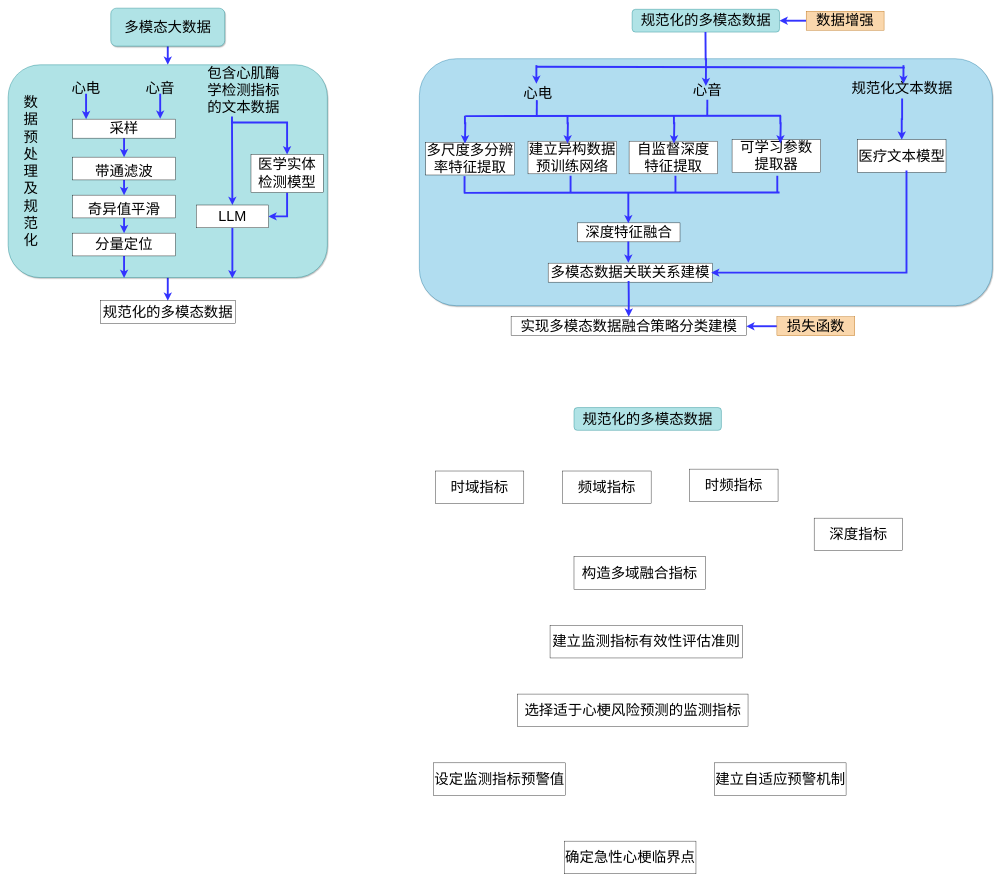
Above: 心梗前处理.drawio in lhwjsj/Diagram (draw.io), before the change. Source tidied: cells renumbered, new cells numbered last; positions are measured from the earlier drawing's top-left corner, leaving out a move shared by most shapes. Both pictures are drawn from the tidied source at 38%, with x=0, y=0 at pixel (8, 8).
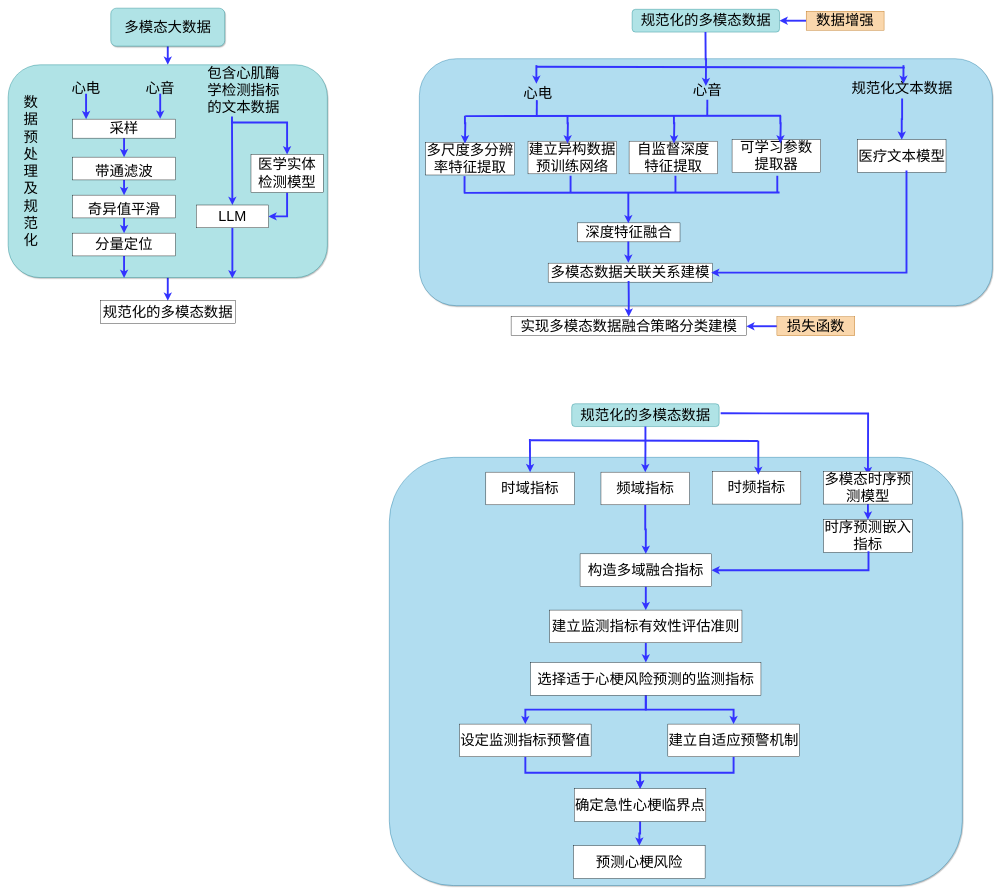
After the change.

Commit message:
更新心梗前处理.drawio

Change to the diagram source:
```diff
@@
+    <mxCell id="76" style="rounded=1;whiteSpace=wrap;html=1;shadow=1;fillColor=#b1ddf0;strokeColor=#10739e;align=center;glass=0;" parent="1" vertex="1">
+      <mxGeometry x="1003" y="1182" width="1508" height="1127" as="geometry" />
+    </mxCell>
@@
     <mxCell id="65" value="&lt;span style=&quot;font-size: 38px;&quot;&gt;规范化的多模态数据&lt;/span&gt;" style="rounded=1;whiteSpace=wrap;html=1;fillColor=#b0e3e6;strokeColor=#0e8088;" parent="1" vertex="1">
-      <mxGeometry x="1489" y="1051" width="388" height="60" as="geometry" />
+      <mxGeometry x="1483" y="1041" width="388" height="60" as="geometry" />
     </mxCell>
     <mxCell id="66" value="&lt;font style=&quot;font-size: 38px;&quot;&gt;时域指标&lt;/font&gt;" style="rounded=0;whiteSpace=wrap;html=1;" parent="1" vertex="1">
-      <mxGeometry x="1124" y="1218" width="233" height="86" as="geometry" />
+      <mxGeometry x="1257" y="1221" width="233" height="86" as="geometry" />
     </mxCell>
+    <mxCell id="77" style="edgeStyle=orthogonalEdgeStyle;rounded=0;jettySize=auto;html=1;strokeWidth=5;strokeColor=#3333FF;" parent="1" edge="1" source="67" target="70">
+      <mxGeometry relative="1" as="geometry" />
+    </mxCell>
     <mxCell id="67" value="&lt;font style=&quot;font-size: 38px;&quot;&gt;频域指标&lt;/font&gt;" style="rounded=0;whiteSpace=wrap;html=1;" parent="1" vertex="1">
-      <mxGeometry x="1459" y="1218" width="233" height="86" as="geometry" />
+      <mxGeometry x="1560" y="1221" width="233" height="86" as="geometry" />
     </mxCell>
     <mxCell id="68" value="&lt;font style=&quot;font-size: 38px;&quot;&gt;时频指标&lt;/font&gt;" style="rounded=0;whiteSpace=wrap;html=1;" parent="1" vertex="1">
-      <mxGeometry x="1793" y="1213" width="233" height="86" as="geometry" />
+      <mxGeometry x="1853" y="1219" width="233" height="86" as="geometry" />
     </mxCell>
-    <mxCell id="69" value="&lt;font style=&quot;font-size: 38px;&quot;&gt;深度指标&lt;/font&gt;" style="rounded=0;whiteSpace=wrap;html=1;" parent="1" vertex="1">
-      <mxGeometry x="2121" y="1342" width="233" height="86" as="geometry" />
+    <mxCell id="69" value="&lt;font style=&quot;font-size: 38px;&quot;&gt;时序预测嵌入指标&lt;/font&gt;" style="rounded=0;whiteSpace=wrap;html=1;" parent="1" vertex="1">
+      <mxGeometry x="2146" y="1346" width="233" height="86" as="geometry" />
     </mxCell>
+    <mxCell id="78" style="edgeStyle=orthogonalEdgeStyle;rounded=0;jettySize=auto;html=1;strokeColor=#3333FF;strokeWidth=5;" parent="1" edge="1" source="70" target="71">
+      <mxGeometry relative="1" as="geometry" />
+    </mxCell>
     <mxCell id="70" value="&lt;font style=&quot;font-size: 38px;&quot;&gt;构造多域融合指标&lt;/font&gt;" style="rounded=0;whiteSpace=wrap;html=1;" parent="1" vertex="1">
-      <mxGeometry x="1489" y="1443" width="346" height="86" as="geometry" />
+      <mxGeometry x="1505" y="1436" width="346" height="86" as="geometry" />
     </mxCell>
+    <mxCell id="79" style="edgeStyle=orthogonalEdgeStyle;rounded=0;jettySize=auto;html=1;strokeWidth=5;strokeColor=#3333FF;" parent="1" edge="1" source="71" target="72">
+      <mxGeometry relative="1" as="geometry" />
+    </mxCell>
     <mxCell id="71" value="&lt;font style=&quot;font-size: 38px;&quot;&gt;建立监测指标有效性评估准则&lt;/font&gt;" style="rounded=0;whiteSpace=wrap;html=1;" parent="1" vertex="1">
-      <mxGeometry x="1426" y="1624" width="506" height="86" as="geometry" />
+      <mxGeometry x="1425" y="1584" width="506" height="86" as="geometry" />
     </mxCell>
+    <mxCell id="80" style="edgeStyle=orthogonalEdgeStyle;rounded=0;jettySize=auto;html=1;entryX=0.5;entryY=0;entryDx=0;entryDy=0;strokeWidth=5;strokeColor=#3333FF;" parent="1" edge="1" source="72" target="73">
+      <mxGeometry relative="1" as="geometry" />
+    </mxCell>
+    <mxCell id="81" style="edgeStyle=orthogonalEdgeStyle;rounded=0;jettySize=auto;html=1;entryX=0.5;entryY=0;entryDx=0;entryDy=0;strokeWidth=5;strokeColor=#3333FF;" parent="1" edge="1" source="72" target="74">
+      <mxGeometry relative="1" as="geometry" />
+    </mxCell>
     <mxCell id="72" value="&lt;font style=&quot;font-size: 38px;&quot;&gt;选择适于心梗风险预测的监测指标&lt;/font&gt;" style="rounded=0;whiteSpace=wrap;html=1;" parent="1" vertex="1">
-      <mxGeometry x="1341" y="1805" width="606" height="86" as="geometry" />
+      <mxGeometry x="1375" y="1722" width="606" height="86" as="geometry" />
     </mxCell>
+    <mxCell id="82" style="edgeStyle=orthogonalEdgeStyle;rounded=0;jettySize=auto;html=1;strokeWidth=5;strokeColor=#3333FF;" parent="1" edge="1" source="73" target="75">
+      <mxGeometry relative="1" as="geometry" />
+    </mxCell>
     <mxCell id="73" value="&lt;font style=&quot;font-size: 38px;&quot;&gt;设定监测指标预警值&lt;/font&gt;" style="rounded=0;whiteSpace=wrap;html=1;" parent="1" vertex="1">
-      <mxGeometry x="1120" y="1986" width="346" height="86" as="geometry" />
+      <mxGeometry x="1188" y="1884" width="346" height="86" as="geometry" />
     </mxCell>
+    <mxCell id="83" style="edgeStyle=orthogonalEdgeStyle;rounded=0;jettySize=auto;html=1;entryX=0.5;entryY=0;entryDx=0;entryDy=0;strokeWidth=5;strokeColor=#3333FF;" parent="1" edge="1" source="74" target="75">
+      <mxGeometry relative="1" as="geometry" />
+    </mxCell>
     <mxCell id="74" value="&lt;font style=&quot;font-size: 38px;&quot;&gt;建立自适应预警机制&lt;/font&gt;" style="rounded=0;whiteSpace=wrap;html=1;" parent="1" vertex="1">
-      <mxGeometry x="1859" y="1986" width="346" height="86" as="geometry" />
+      <mxGeometry x="1736" y="1884" width="346" height="86" as="geometry" />
     </mxCell>
+    <mxCell id="84" style="edgeStyle=orthogonalEdgeStyle;rounded=0;jettySize=auto;html=1;entryX=0.5;entryY=0;entryDx=0;entryDy=0;strokeWidth=5;strokeColor=#3333FF;" parent="1" edge="1" source="75" target="93">
+      <mxGeometry relative="1" as="geometry" />
+    </mxCell>
     <mxCell id="75" value="&lt;font style=&quot;font-size: 38px;&quot;&gt;确定急性心梗临界点&lt;/font&gt;" style="rounded=0;whiteSpace=wrap;html=1;" parent="1" vertex="1">
-      <mxGeometry x="1464" y="2192" width="346" height="86" as="geometry" />
+      <mxGeometry x="1490" y="2054" width="346" height="86" as="geometry" />
     </mxCell>
+    <mxCell id="85" style="edgeStyle=orthogonalEdgeStyle;rounded=0;jettySize=auto;html=1;entryX=0.5;entryY=0;entryDx=0;entryDy=0;strokeWidth=5;strokeColor=#3333FF;exitX=0.5;exitY=1;exitDx=0;exitDy=0;" parent="1" edge="1" source="65" target="67">
+      <mxGeometry relative="1" as="geometry" />
+    </mxCell>
+    <mxCell id="86" style="endArrow=none;html=1;rounded=0;strokeWidth=5;strokeColor=#3333FF;" parent="1" edge="1">
+      <mxGeometry relative="1" as="geometry">
+        <mxPoint x="1375" y="1137" as="sourcePoint" />
+        <mxPoint x="1973" y="1139" as="targetPoint" />
+      </mxGeometry>
+    </mxCell>
+    <mxCell id="87" style="edgeStyle=orthogonalEdgeStyle;rounded=0;jettySize=auto;html=1;strokeWidth=5;strokeColor=#3333FF;entryX=0.5;entryY=0;entryDx=0;entryDy=0;" parent="1" edge="1" target="66">
+      <mxGeometry relative="1" as="geometry">
+        <mxPoint x="1373" y="1134" as="sourcePoint" />
+      </mxGeometry>
+    </mxCell>
+    <mxCell id="88" style="edgeStyle=orthogonalEdgeStyle;rounded=0;orthogonalLoop=1;jettySize=auto;html=1;strokeWidth=5;strokeColor=#3333FF;entryX=0.5;entryY=0;entryDx=0;entryDy=0;" parent="1" edge="1">
+      <mxGeometry relative="1" as="geometry">
+        <mxPoint x="1974" y="1138" as="sourcePoint" />
+        <mxPoint x="1974" y="1228" as="targetPoint" />
+      </mxGeometry>
+    </mxCell>
+    <mxCell id="89" style="edgeStyle=orthogonalEdgeStyle;rounded=0;orthogonalLoop=1;jettySize=auto;html=1;strokeColor=#3333FF;strokeWidth=5;entryX=0.5;entryY=0;entryDx=0;entryDy=0;" parent="1" edge="1">
+      <mxGeometry relative="1" as="geometry">
+        <mxPoint x="1875" y="1066.1" as="sourcePoint" />
+        <mxPoint x="2262.5" y="1229" as="targetPoint" />
+      </mxGeometry>
+    </mxCell>
+    <mxCell id="90" style="edgeStyle=orthogonalEdgeStyle;rounded=0;jettySize=auto;html=1;entryX=0.5;entryY=0;entryDx=0;entryDy=0;strokeColor=#3333FF;strokeWidth=5;" parent="1" edge="1" source="91" target="69">
+      <mxGeometry relative="1" as="geometry" />
+    </mxCell>
+    <mxCell id="91" value="&lt;span style=&quot;font-size: 38px;&quot;&gt;多模态时序预测模型&lt;/span&gt;" style="rounded=0;whiteSpace=wrap;html=1;" parent="1" vertex="1">
+      <mxGeometry x="2146" y="1219" width="233" height="86" as="geometry" />
+    </mxCell>
+    <mxCell id="92" style="edgeStyle=orthogonalEdgeStyle;rounded=0;jettySize=auto;html=1;entryX=1;entryY=0.5;entryDx=0;entryDy=0;strokeWidth=5;strokeColor=#3333FF;exitX=0.5;exitY=1;exitDx=0;exitDy=0;" parent="1" edge="1" target="70">
+      <mxGeometry relative="1" as="geometry">
+        <mxPoint x="2264" y="1429" as="sourcePoint" />
+        <Array as="points">
+          <mxPoint x="2264" y="1479" />
+        </Array>
+      </mxGeometry>
+    </mxCell>
+    <mxCell id="93" value="&lt;font style=&quot;font-size: 38px;&quot;&gt;预测心梗风险&lt;/font&gt;" style="rounded=0;whiteSpace=wrap;html=1;" parent="1" vertex="1">
+      <mxGeometry x="1488" y="2204" width="346" height="86" as="geometry" />
+    </mxCell>
```
